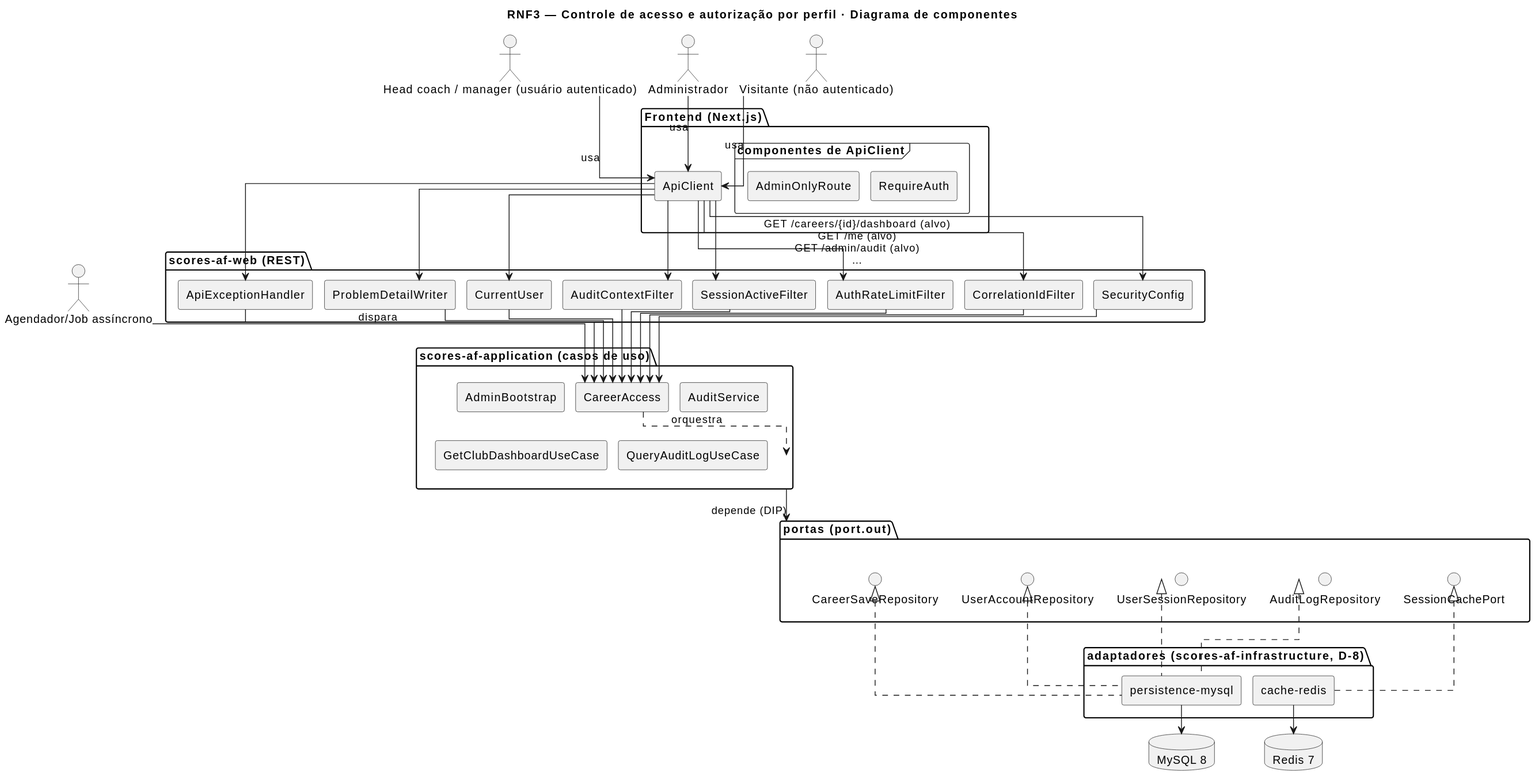
Earlier version of the PlantUML export docs/RNF3/RNF3-cmp.svg (MatheusHaliski/Scores-American-Football). The source it was exported from:
```plantuml
@startuml
title RNF3 — Controle de acesso e autorização por perfil · Diagrama de componentes
skinparam componentStyle rectangle
skinparam linetype ortho
skinparam nodesep 14
skinparam ranksep 36
actor "Head coach / manager (usuário autenticado)" as c1
actor "Administrador" as c2
actor "Visitante (não autenticado)" as c3
actor "Agendador/Job assíncrono" as c4
package "Frontend (Next.js)" as pkg_fe {
  component "ApiClient" as c5
  frame "componentes de ApiClient" as pkg_fe_sub {
    component "RequireAuth" as c6
    component "AdminOnlyRoute" as c7
  }
}
package "scores-af-web (REST)" as pkg_web {
  component "SecurityConfig" as c8
  component "CorrelationIdFilter" as c9
  component "AuthRateLimitFilter" as c10
  component "SessionActiveFilter" as c11
  component "AuditContextFilter" as c12
  component "CurrentUser" as c13
  component "ProblemDetailWriter" as c14
  component "ApiExceptionHandler" as c15
}
package "scores-af-application (casos de uso)" as pkg_app {
  component "CareerAccess" as c16
  component "AdminBootstrap" as c17
  component "AuditService" as c18
  component "GetClubDashboardUseCase" as c19
  component "QueryAuditLogUseCase" as c20
}
package "portas (port.out)" as pkg_ports {
  interface "CareerSaveRepository" as c21
  interface "UserAccountRepository" as c22
  interface "UserSessionRepository" as c23
  interface "AuditLogRepository" as c24
  interface "SessionCachePort" as c25
}
package "adaptadores (scores-af-infrastructure, D-8)" as pkg_ad {
  component "persistence-mysql" as c26
  component "cache-redis" as c27
}
database "MySQL 8" as s1
database "Redis 7" as s2
c1 --> c5 : usa
c2 --> c5 : usa
c3 --> c5 : usa
c4 --> c16 : dispara
c5 --> c8 : GET /careers/{id}/dashboard (alvo)\nGET /me (alvo)\nGET /admin/audit (alvo)\n…
c5 --> c9
c5 --> c10
c5 --> c11
c5 --> c12
c5 --> c13
c5 --> c14
c5 --> c15
c8 --> c16
c9 --> c16
c10 --> c16
c11 --> c16
c12 --> c16
c13 --> c16
c14 --> c16
c15 --> c16
c16 ..> pkg_app : orquestra
pkg_app --> pkg_ports : depende (DIP)
c26 .up.|> c21
c26 .up.|> c22
c26 .up.|> c23
c26 .up.|> c24
c27 .up.|> c25
c26 --> s1
c27 --> s2
@enduml
```
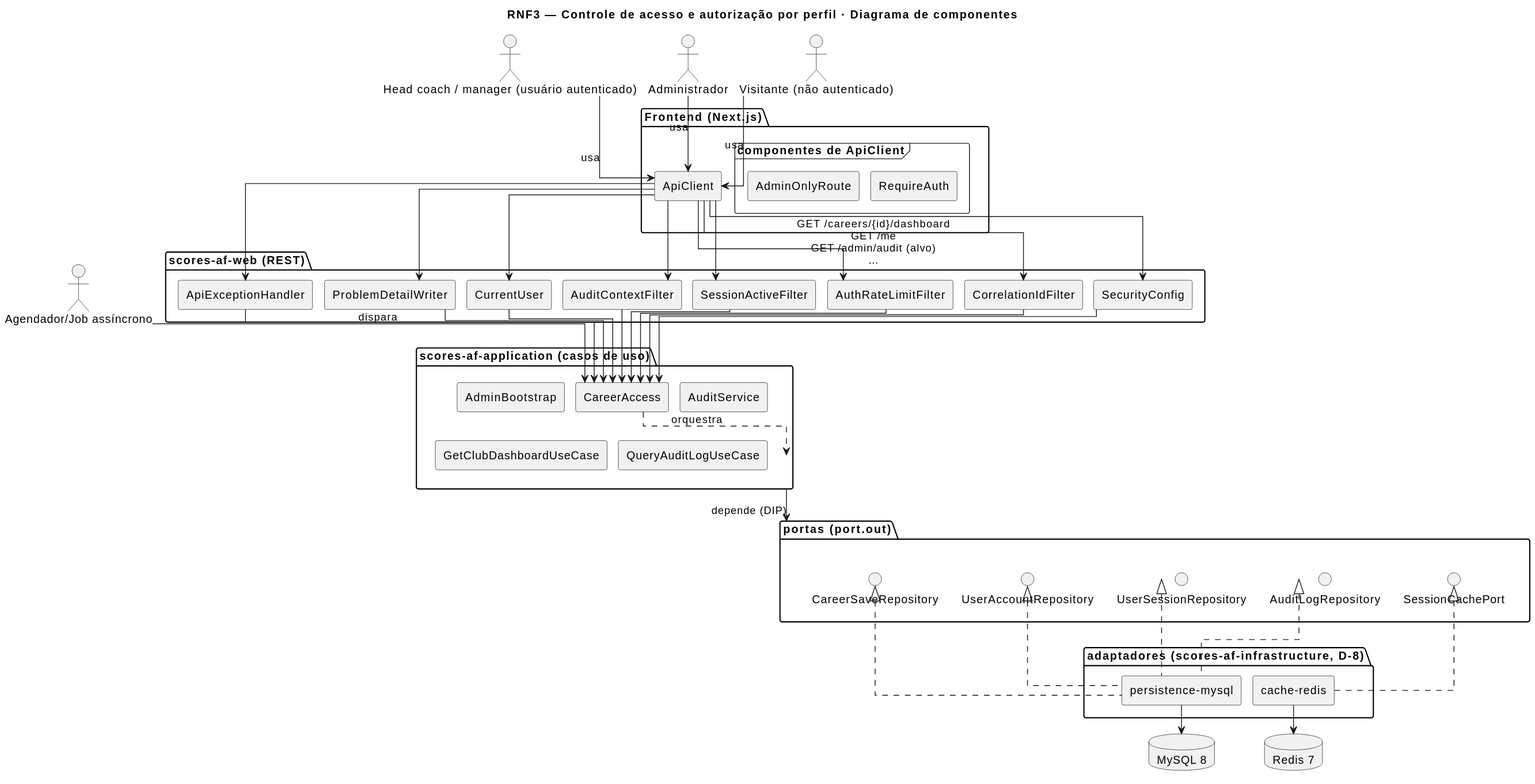
After the commit.

The edit, as a diff of the source:
```diff
@@ -49,7 +49,7 @@
 c2 --> c5 : usa
 c3 --> c5 : usa
 c4 --> c16 : dispara
-c5 --> c8 : GET /careers/{id}/dashboard (alvo)\nGET /me (alvo)\nGET /admin/audit (alvo)\n…
+c5 --> c8 : GET /careers/{id}/dashboard\nGET /me\nGET /admin/audit (alvo)\n…
 c5 --> c9
 c5 --> c10
 c5 --> c11
```
